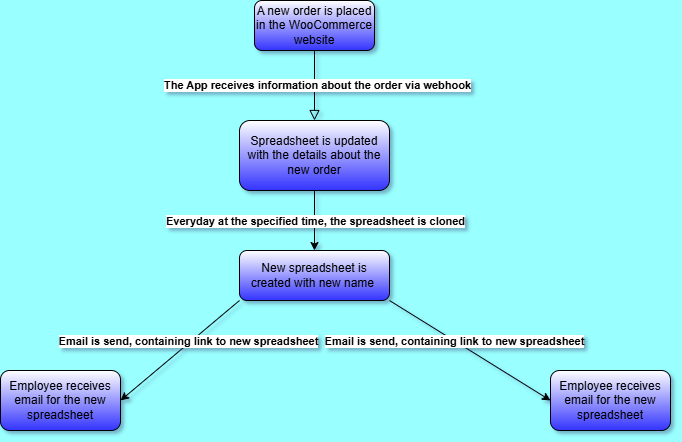
Before: order-management/Proforma Generation Diagram.PNG, a diagram exported from draw.io (ValKoDim/apps-script-automation-portfolio). Source tidied: cells renumbered, new cells last; positions are measured from the earlier drawing's top-left corner, leaving out a move shared by most shapes.
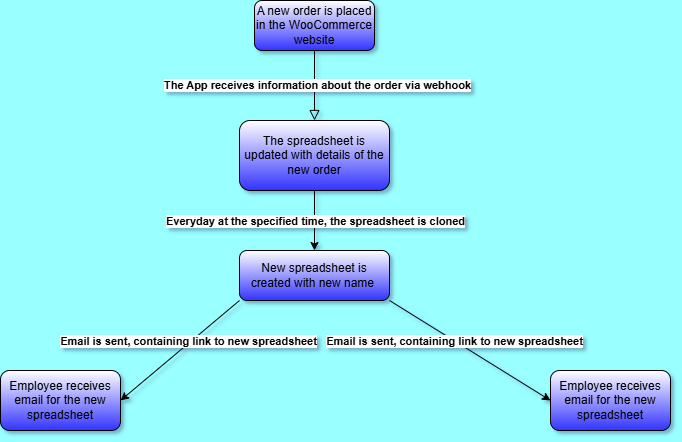
The same file after the commit.

Diff of the diagram source:
```diff
@@ -14,7 +14,7 @@
     <mxCell id="5" value="New spreadsheet is created with new name&amp;nbsp;" style="rounded=1;whiteSpace=wrap;html=1;fontSize=12;glass=0;strokeWidth=1;shadow=0;strokeColor=default;align=center;verticalAlign=middle;fontFamily=Helvetica;fontColor=default;fillColor=default;gradientColor=#3333FF;" parent="1" vertex="1">
       <mxGeometry x="239" y="250" width="150" height="50" as="geometry" />
     </mxCell>
-    <mxCell id="6" value="Spreadsheet is updated with the details about the new order" style="rounded=1;whiteSpace=wrap;html=1;fontSize=12;glass=0;strokeWidth=1;shadow=0;strokeColor=default;align=center;verticalAlign=middle;fontFamily=Helvetica;fontColor=default;fillColor=default;gradientColor=#3333FF;" parent="1" vertex="1">
+    <mxCell id="6" value="The spreadsheet is updated with details of the new order" style="rounded=1;whiteSpace=wrap;html=1;fontSize=12;glass=0;strokeWidth=1;shadow=0;strokeColor=default;align=center;verticalAlign=middle;fontFamily=Helvetica;fontColor=default;fillColor=default;gradientColor=#3333FF;" parent="1" vertex="1">
       <mxGeometry x="239" y="120" width="150" height="70" as="geometry" />
     </mxCell>
     <mxCell id="7" style="endArrow=classic;html=1;rounded=0;entryX=0.5;entryY=0;entryDx=0;entryDy=0;exitX=0.5;exitY=1;exitDx=0;exitDy=0;" parent="1" edge="1" source="6" target="5">
@@ -34,7 +34,7 @@
     <mxCell id="11" style="endArrow=classic;html=1;rounded=0;exitX=0;exitY=1;exitDx=0;exitDy=0;entryX=1;entryY=0.5;entryDx=0;entryDy=0;" parent="1" edge="1" source="5" target="9">
       <mxGeometry relative="1" as="geometry" />
     </mxCell>
-    <mxCell id="12" value="Email is send, containing link to new spreadsheet" style="edgeLabel;html=1;align=center;verticalAlign=middle;fontStyle=1;" parent="11" vertex="1">
+    <mxCell id="12" value="Email is sent, containing link to new spreadsheet" style="edgeLabel;html=1;align=center;verticalAlign=middle;fontStyle=1;" parent="11" vertex="1">
       <mxGeometry x="-0.25" y="-3" relative="1" as="geometry">
         <mxPoint x="-4" y="5" as="offset" />
       </mxGeometry>
@@ -42,7 +42,7 @@
     <mxCell id="13" style="endArrow=classic;html=1;rounded=0;entryX=0;entryY=0.5;entryDx=0;entryDy=0;exitX=1;exitY=1;exitDx=0;exitDy=0;" parent="1" edge="1" source="5" target="10">
       <mxGeometry relative="1" as="geometry" />
     </mxCell>
-    <mxCell id="14" value="Email is send, containing link to new spreadsheet" style="edgeLabel;html=1;align=center;verticalAlign=middle;fontStyle=1;" parent="13" vertex="1">
+    <mxCell id="14" value="Email is sent, containing link to new spreadsheet" style="edgeLabel;html=1;align=center;verticalAlign=middle;fontStyle=1;" parent="13" vertex="1">
       <mxGeometry x="-0.2" relative="1" as="geometry" />
     </mxCell>
   </root>
```
